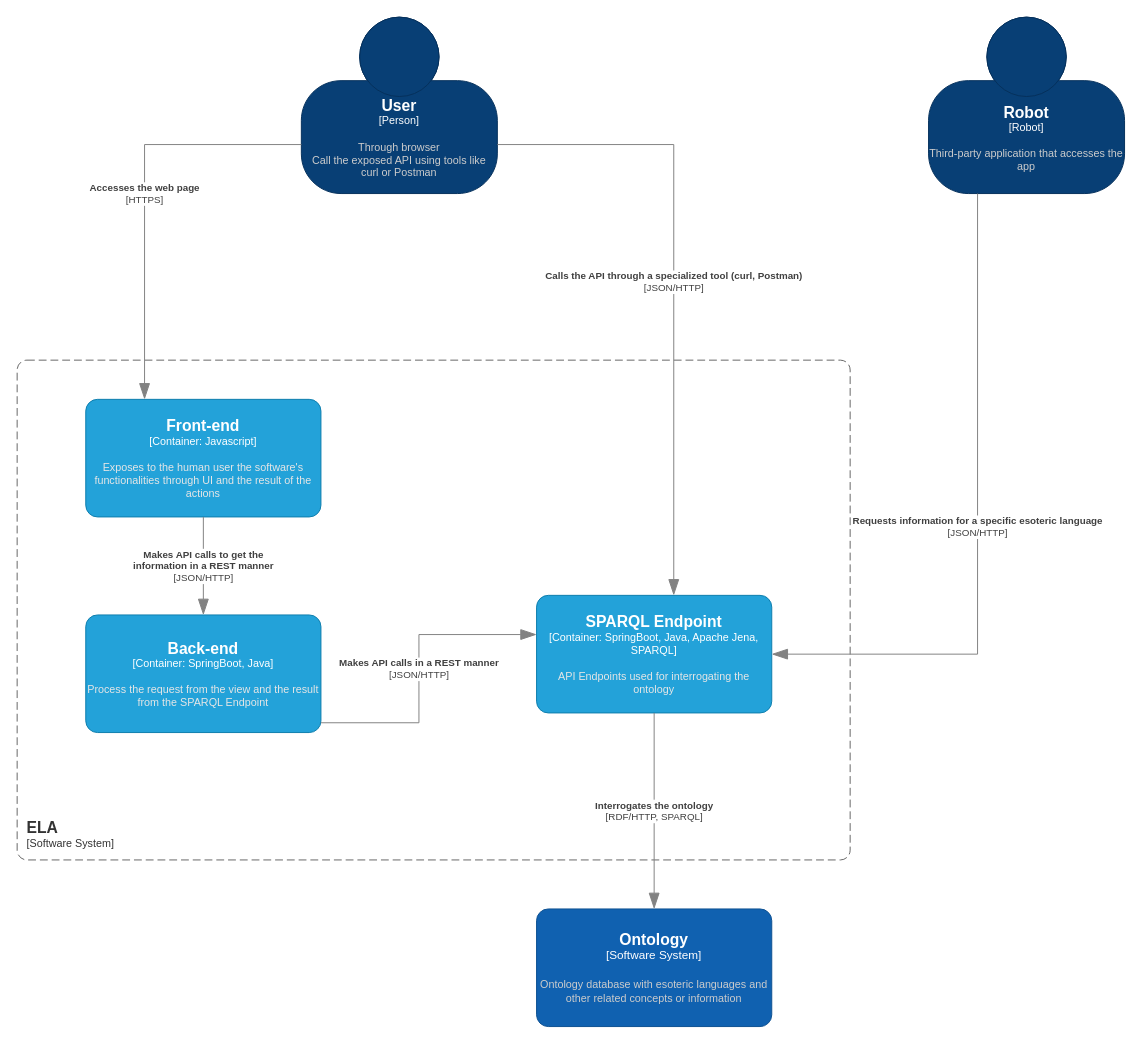
Before: documentation/diagrams/sources/c4_second_level.drawio in RiZZeR99/RiZZeR99.WADeEsotericLanguage.github.io, a draw.io diagram. Source tidied: cells renumbered, new cells numbered last; positions are measured from the earlier drawing's top-left corner, leaving out a move shared by most shapes. Both pictures are drawn from the tidied source at 98%, with x=0, y=0 at pixel (17, 17).
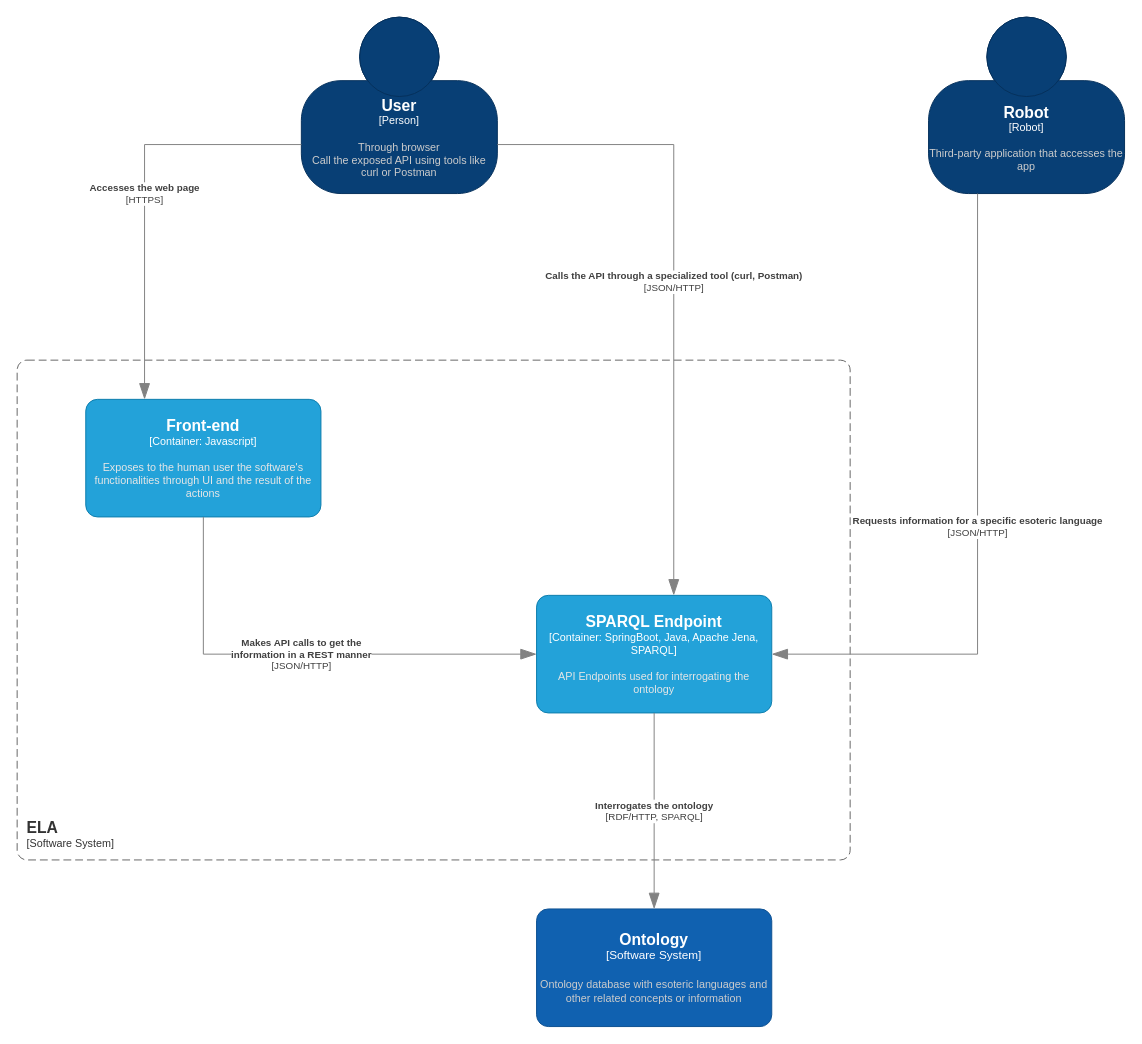
After the change.

Unchanged cells that the change refers to:
```xml
<object id="6" label="&lt;font style=&quot;font-size: 16px&quot;&gt;&lt;b&gt;%c4Name%&lt;/b&gt;&lt;/font&gt;&lt;div&gt;[%c4Type%: %c4Technology%]&lt;/div&gt;&lt;br&gt;&lt;div&gt;&lt;font style=&quot;font-size: 11px&quot;&gt;&lt;font color=&quot;#E6E6E6&quot;&gt;%c4Description%&lt;/font&gt;&lt;/div&gt;" c4Description="Exposes to the human user the software's functionalities through UI and the result of the actions" c4Name="Front-end" c4Technology="Javascript" c4Type="Container" placeholders="1">
  <mxCell style="rounded=1;whiteSpace=wrap;html=1;fontSize=11;labelBackgroundColor=none;fillColor=#23A2D9;fontColor=#ffffff;align=center;arcSize=10;strokeColor=#0E7DAD;points=[[0.25,0,0],[0.5,0,0],[0.75,0,0],[1,0.25,0],[1,0.5,0],[1,0.75,0],[0.75,1,0],[0.5,1,0],[0.25,1,0],[0,0.75,0],[0,0.5,0],[0,0.25,0]];" parent="1" vertex="1">
    <mxGeometry x="70" y="390" width="240" height="120" as="geometry" />
  </mxCell>
</object>
<object id="8" label="&lt;font style=&quot;font-size: 16px&quot;&gt;&lt;b&gt;%c4Name%&lt;/b&gt;&lt;/font&gt;&lt;div&gt;[%c4Type%: %c4Technology%]&lt;/div&gt;&lt;br&gt;&lt;div&gt;&lt;font style=&quot;font-size: 11px&quot;&gt;&lt;font color=&quot;#E6E6E6&quot;&gt;%c4Description%&lt;/font&gt;&lt;/div&gt;" c4Description="API Endpoints used for interrogating the ontology" c4Name="SPARQL Endpoint" c4Technology="SpringBoot, Java, Apache Jena, SPARQL" c4Type="Container" placeholders="1">
  <mxCell style="rounded=1;whiteSpace=wrap;html=1;fontSize=11;labelBackgroundColor=none;fillColor=#23A2D9;fontColor=#ffffff;align=center;arcSize=10;strokeColor=#0E7DAD;points=[[0.25,0,0],[0.5,0,0],[0.75,0,0],[1,0.25,0],[1,0.5,0],[1,0.75,0],[0.75,1,0],[0.5,1,0],[0.25,1,0],[0,0.75,0],[0,0.5,0],[0,0.25,0]];" parent="1" vertex="1">
    <mxGeometry x="530" y="590" width="240" height="120" as="geometry" />
  </mxCell>
</object>
```

The edit, as a diff of the source:
```diff
@@
-    <object id="9" label="&lt;font style=&quot;font-size: 16px&quot;&gt;&lt;b&gt;%c4Name%&lt;/b&gt;&lt;/font&gt;&lt;div&gt;[%c4Type%: %c4Technology%]&lt;/div&gt;&lt;br&gt;&lt;div&gt;&lt;font style=&quot;font-size: 11px&quot;&gt;&lt;font color=&quot;#E6E6E6&quot;&gt;%c4Description%&lt;/font&gt;&lt;/div&gt;" c4Description="Process the request from the view and the result from the SPARQL Endpoint" c4Name="Back-end" c4Technology="SpringBoot, Java" c4Type="Container" placeholders="1">
-      <mxCell style="rounded=1;whiteSpace=wrap;html=1;fontSize=11;labelBackgroundColor=none;fillColor=#23A2D9;fontColor=#ffffff;align=center;arcSize=10;strokeColor=#0E7DAD;points=[[0.25,0,0],[0.5,0,0],[0.75,0,0],[1,0.25,0],[1,0.5,0],[1,0.75,0],[0.75,1,0],[0.5,1,0],[0.25,1,0],[0,0.75,0],[0,0.5,0],[0,0.25,0]];" parent="1" vertex="1">
-        <mxGeometry x="70" y="610" width="240" height="120" as="geometry" />
-      </mxCell>
-    </object>
     <object id="10" label="&lt;div style=&quot;text-align: left&quot;&gt;&lt;div style=&quot;text-align: center&quot;&gt;&lt;b&gt;%c4Description%&lt;/b&gt;&lt;/div&gt;&lt;div style=&quot;text-align: center&quot;&gt;[%c4Technology%]&lt;/div&gt;&lt;/div&gt;" c4Description="Makes API calls to get the &#10;information in a REST manner" c4Technology="JSON/HTTP" placeholders="1">
-      <mxCell style="endArrow=blockThin;html=1;fontSize=10;fontColor=#404040;strokeWidth=1;endFill=1;strokeColor=#828282;elbow=vertical;endSize=14;startSize=14;jumpStyle=arc;jumpSize=16;rounded=0;edgeStyle=orthogonalEdgeStyle;" parent="1" edge="1" source="6" target="9">
-        <mxGeometry relative="1" as="geometry" />
+      <mxCell style="endArrow=blockThin;html=1;fontSize=10;fontColor=#404040;strokeWidth=1;endFill=1;strokeColor=#828282;elbow=vertical;endSize=14;startSize=14;jumpStyle=arc;jumpSize=16;rounded=0;edgeStyle=orthogonalEdgeStyle;" parent="1" edge="1" source="6" target="8">
+        <mxGeometry relative="1" as="geometry">
+          <Array as="points">
+            <mxPoint x="190" y="650" />
+          </Array>
+        </mxGeometry>
       </mxCell>
     </object>
@@
-    <object id="12" label="&lt;div style=&quot;text-align: left&quot;&gt;&lt;div style=&quot;text-align: center&quot;&gt;&lt;b&gt;%c4Description%&lt;/b&gt;&lt;/div&gt;&lt;div style=&quot;text-align: center&quot;&gt;[%c4Technology%]&lt;/div&gt;&lt;/div&gt;" c4Description="Makes API calls in a REST manner" c4Technology="JSON/HTTP" placeholders="1">
-      <mxCell style="endArrow=blockThin;html=1;fontSize=10;fontColor=#404040;strokeWidth=1;endFill=1;strokeColor=#828282;elbow=vertical;endSize=14;startSize=14;jumpStyle=arc;jumpSize=16;rounded=0;edgeStyle=orthogonalEdgeStyle;" parent="1" edge="1" source="9" target="8">
-        <mxGeometry relative="1" as="geometry">
-          <Array as="points">
-            <mxPoint x="410" y="720" />
-            <mxPoint x="410" y="630" />
-          </Array>
-        </mxGeometry>
-      </mxCell>
-    </object>
```
